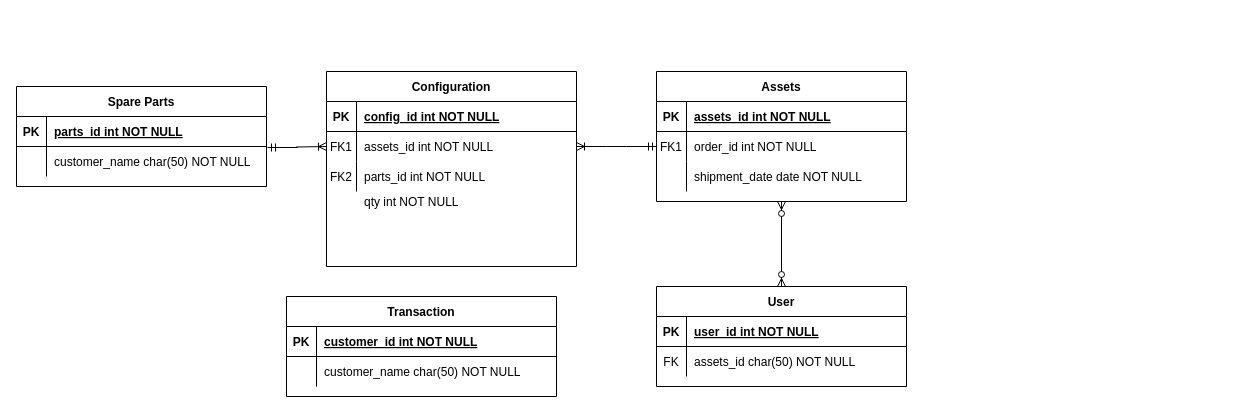
This is Untitled Diagram.drawio from huriyaaah/erdiagram, a draw.io file, before an edit. Source tidied: cells renumbered, new cells numbered last; positions are measured from the earlier drawing's top-left corner, leaving out a move shared by most shapes. Both pictures are drawn from the tidied source at 100%, with x=0, y=0 at pixel (16, 71).
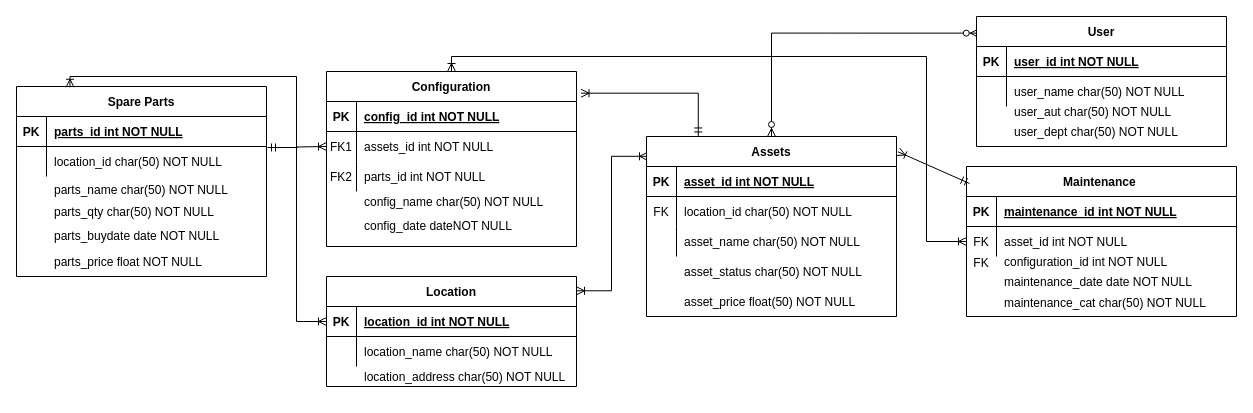
The same diagram, later.

The change refers to these unchanged cells:
```xml
<mxCell id="6" style="shape=partialRectangle;fillColor=none;points=[[0,0.5],[1,0.5]];portConstraint=eastwest;top=0;left=0;right=0;bottom=0;" parent="2" vertex="1">
  <mxGeometry y="60" width="250" height="30" as="geometry" />
</mxCell>
<mxCell id="26" style="shape=partialRectangle;fillColor=none;points=[[0,0.5],[1,0.5]];portConstraint=eastwest;top=0;left=0;right=0;bottom=0;" parent="22" vertex="1">
  <mxGeometry y="60" width="250" height="30" as="geometry" />
</mxCell>
<mxCell id="39" style="shape=partialRectangle;fillColor=none;top=0;left=0;right=0;bottom=1;" parent="38" vertex="1">
  <mxGeometry y="30" width="270" height="30" as="geometry" />
</mxCell>
<mxCell id="42" style="shape=partialRectangle;fillColor=none;top=0;left=0;right=0;bottom=0;" parent="38" vertex="1">
  <mxGeometry y="60" width="270" height="30" as="geometry" />
</mxCell>
```

The edit, as a diff of the source:
```diff
@@
     <mxCell id="2" value="Configuration" style="shape=table;startSize=30;childLayout=tableLayout;rowLines=0;fontStyle=1;align=center;" parent="1" vertex="1">
-      <mxGeometry x="310" width="250" height="195" as="geometry" />
+      <mxGeometry x="310" width="250" height="175" as="geometry" />
     </mxCell>
@@
-    <mxCell id="12" value="Assets" style="shape=table;startSize=30;childLayout=tableLayout;rowLines=0;fontStyle=1;align=center;" parent="1" vertex="1">
-      <mxGeometry x="640" width="250" height="130" as="geometry" />
-    </mxCell>
-    <mxCell id="13" style="shape=partialRectangle;fillColor=none;top=0;left=0;right=0;bottom=1;" parent="12" vertex="1">
-      <mxGeometry y="30" width="250" height="30" as="geometry" />
-    </mxCell>
-    <mxCell id="14" value="PK" style="shape=partialRectangle;overflow=hidden;fillColor=none;top=0;left=0;bottom=0;right=0;fontStyle=1;" parent="13" vertex="1">
-      <mxGeometry width="30" height="30" as="geometry" />
-    </mxCell>
-    <mxCell id="15" value="assets_id int NOT NULL " style="shape=partialRectangle;overflow=hidden;fillColor=none;top=0;left=0;bottom=0;right=0;align=left;spacingLeft=6;fontStyle=5;" parent="13" vertex="1">
-      <mxGeometry x="30" width="220" height="30" as="geometry" />
-    </mxCell>
-    <mxCell id="16" style="shape=partialRectangle;fillColor=none;points=[[0,0.5],[1,0.5]];portConstraint=eastwest;top=0;left=0;right=0;bottom=0;" parent="12" vertex="1">
-      <mxGeometry y="60" width="250" height="30" as="geometry" />
-    </mxCell>
-    <mxCell id="17" value="FK1" style="shape=partialRectangle;overflow=hidden;fillColor=none;top=0;left=0;bottom=0;right=0;" parent="16" vertex="1">
-      <mxGeometry width="30" height="30" as="geometry" />
-    </mxCell>
-    <mxCell id="18" value="order_id int NOT NULL" style="shape=partialRectangle;overflow=hidden;fillColor=none;top=0;left=0;bottom=0;right=0;align=left;spacingLeft=6;" parent="16" vertex="1">
-      <mxGeometry x="30" width="220" height="30" as="geometry" />
-    </mxCell>
-    <mxCell id="19" style="shape=partialRectangle;fillColor=none;top=0;left=0;right=0;bottom=0;" parent="12" vertex="1">
-      <mxGeometry y="90" width="250" height="30" as="geometry" />
-    </mxCell>
-    <mxCell id="20" style="shape=partialRectangle;overflow=hidden;fillColor=none;top=0;left=0;bottom=0;right=0;" parent="19" vertex="1">
-      <mxGeometry width="30" height="30" as="geometry" />
-    </mxCell>
-    <mxCell id="21" value="shipment_date date NOT NULL" style="shape=partialRectangle;overflow=hidden;fillColor=none;top=0;left=0;bottom=0;right=0;align=left;spacingLeft=6;" parent="19" vertex="1">
-      <mxGeometry x="30" width="220" height="30" as="geometry" />
-    </mxCell>
     <mxCell id="22" value="Spare Parts" style="shape=table;startSize=30;childLayout=tableLayout;rowLines=0;fontStyle=1;align=center;" parent="1" vertex="1">
-      <mxGeometry y="15" width="250" height="100" as="geometry" />
+      <mxGeometry y="15" width="250" height="190" as="geometry" />
     </mxCell>
@@
-    <mxCell id="28" value="customer_name char(50) NOT NULL" style="shape=partialRectangle;overflow=hidden;fillColor=none;top=0;left=0;bottom=0;right=0;align=left;spacingLeft=6;" parent="26" vertex="1">
+    <mxCell id="28" value="location_id char(50) NOT NULL" style="shape=partialRectangle;overflow=hidden;fillColor=none;top=0;left=0;bottom=0;right=0;align=left;spacingLeft=6;" parent="26" vertex="1">
       <mxGeometry x="30" width="220" height="30" as="geometry" />
     </mxCell>
-    <mxCell id="29" value="User" style="shape=table;startSize=30;childLayout=tableLayout;rowLines=0;fontStyle=1;align=center;" parent="1" vertex="1">
-      <mxGeometry x="640" y="215" width="250" height="100" as="geometry" />
-    </mxCell>
-    <mxCell id="30" style="shape=partialRectangle;fillColor=none;top=0;left=0;right=0;bottom=1;" parent="29" vertex="1">
-      <mxGeometry y="30" width="250" height="30" as="geometry" />
-    </mxCell>
-    <mxCell id="31" value="PK" style="shape=partialRectangle;overflow=hidden;fillColor=none;top=0;left=0;bottom=0;right=0;fontStyle=1;" parent="30" vertex="1">
-      <mxGeometry width="30" height="30" as="geometry" />
-    </mxCell>
-    <mxCell id="32" value="user_id int NOT NULL " style="shape=partialRectangle;overflow=hidden;fillColor=none;top=0;left=0;bottom=0;right=0;align=left;spacingLeft=6;fontStyle=5;" parent="30" vertex="1">
-      <mxGeometry x="30" width="220" height="30" as="geometry" />
-    </mxCell>
-    <mxCell id="33" style="shape=partialRectangle;fillColor=none;top=0;left=0;right=0;bottom=0;" parent="29" vertex="1">
-      <mxGeometry y="60" width="250" height="30" as="geometry" />
-    </mxCell>
-    <mxCell id="34" value="FK" style="shape=partialRectangle;overflow=hidden;fillColor=none;top=0;left=0;bottom=0;right=0;" parent="33" vertex="1">
-      <mxGeometry width="30" height="30" as="geometry" />
-    </mxCell>
-    <mxCell id="35" value="assets_id char(50) NOT NULL" style="shape=partialRectangle;overflow=hidden;fillColor=none;top=0;left=0;bottom=0;right=0;align=left;spacingLeft=6;" parent="33" vertex="1">
-      <mxGeometry x="30" width="220" height="30" as="geometry" />
-    </mxCell>
@@
-    <mxCell id="37" style="edgeStyle=entityRelationEdgeStyle;fontSize=12;html=1;endArrow=ERoneToMany;startArrow=ERmandOne;rounded=0;exitX=0;exitY=0.5;exitDx=0;exitDy=0;entryX=1;entryY=0.5;entryDx=0;entryDy=0;" parent="1" edge="1" source="16" target="6">
-      <mxGeometry relative="1" as="geometry">
-        <Array as="points">
-          <mxPoint x="580" y="55" />
-          <mxPoint x="570" y="75" />
-          <mxPoint x="560" y="65" />
-        </Array>
-      </mxGeometry>
+    <mxCell id="37" style="edgeStyle=orthogonalEdgeStyle;fontSize=12;html=1;endArrow=ERoneToMany;startArrow=ERmandOne;rounded=0;entryX=1.018;entryY=0.124;entryDx=0;entryDy=0;entryPerimeter=0;exitX=0.207;exitY=-0.003;exitDx=0;exitDy=0;exitPerimeter=0;" parent="1" edge="1" source="12" target="2">
+      <mxGeometry relative="1" as="geometry" />
     </mxCell>
-    <mxCell id="38" value="Transaction" style="shape=table;startSize=30;childLayout=tableLayout;rowLines=0;fontStyle=1;align=center;" parent="1" vertex="1">
-      <mxGeometry x="270" y="225" width="270" height="100" as="geometry" />
+    <mxCell id="38" value="Maintenance " style="shape=table;startSize=30;childLayout=tableLayout;rowLines=0;fontStyle=1;align=center;" parent="1" vertex="1">
+      <mxGeometry x="950" y="95" width="270" height="150" as="geometry" />
     </mxCell>
@@
-    <mxCell id="41" value="customer_id int NOT NULL " style="shape=partialRectangle;overflow=hidden;fillColor=none;top=0;left=0;bottom=0;right=0;align=left;spacingLeft=6;fontStyle=5;" parent="39" vertex="1">
+    <mxCell id="41" value="maintenance_id int NOT NULL " style="shape=partialRectangle;overflow=hidden;fillColor=none;top=0;left=0;bottom=0;right=0;align=left;spacingLeft=6;fontStyle=5;" parent="39" vertex="1">
       <mxGeometry x="30" width="240" height="30" as="geometry" />
     </mxCell>
@@
-    <mxCell id="43" style="shape=partialRectangle;overflow=hidden;fillColor=none;top=0;left=0;bottom=0;right=0;" parent="42" vertex="1">
+    <mxCell id="43" value="FK" style="shape=partialRectangle;overflow=hidden;fillColor=none;top=0;left=0;bottom=0;right=0;" parent="42" vertex="1">
       <mxGeometry width="30" height="30" as="geometry" />
     </mxCell>
-    <mxCell id="44" value="customer_name char(50) NOT NULL" style="shape=partialRectangle;overflow=hidden;fillColor=none;top=0;left=0;bottom=0;right=0;align=left;spacingLeft=6;" parent="42" vertex="1">
+    <mxCell id="44" value="asset_id int NOT NULL" style="shape=partialRectangle;overflow=hidden;fillColor=none;top=0;left=0;bottom=0;right=0;align=left;spacingLeft=6;" parent="42" vertex="1">
       <mxGeometry x="30" width="240" height="30" as="geometry" />
     </mxCell>
-    <mxCell id="45" style="fontSize=12;html=1;endArrow=ERzeroToMany;endFill=1;startArrow=ERzeroToMany;rounded=0;entryX=0.5;entryY=1;entryDx=0;entryDy=0;exitX=0.5;exitY=0;exitDx=0;exitDy=0;" parent="1" edge="1" source="29" target="12">
+    <mxCell id="45" style="fontSize=12;html=1;endArrow=ERzeroToMany;endFill=1;startArrow=ERzeroToMany;rounded=0;entryX=0.5;entryY=0;entryDx=0;entryDy=0;exitX=0.007;exitY=0.128;exitDx=0;exitDy=0;exitPerimeter=0;edgeStyle=orthogonalEdgeStyle;" parent="1" edge="1" source="29" target="12">
       <mxGeometry relative="1" as="geometry" />
     </mxCell>
-    <mxCell id="46" value="qty int NOT NULL" style="shape=partialRectangle;overflow=hidden;fillColor=none;top=0;left=0;bottom=0;right=0;align=left;spacingLeft=6;" parent="1" vertex="1">
+    <mxCell id="46" value="config_name char(50) NOT NULL" style="shape=partialRectangle;overflow=hidden;fillColor=none;top=0;left=0;bottom=0;right=0;align=left;spacingLeft=6;" parent="1" vertex="1">
       <mxGeometry x="340" y="115" width="220" height="30" as="geometry" />
     </mxCell>
+    <mxCell id="47" value="maintenance_date date NOT NULL" style="shape=partialRectangle;overflow=hidden;fillColor=none;top=0;left=0;bottom=0;right=0;align=left;spacingLeft=6;" parent="1" vertex="1">
+      <mxGeometry x="980" y="195" width="240" height="30" as="geometry" />
+    </mxCell>
+    <mxCell id="48" value="maintenance_cat char(50) NOT NULL" style="shape=partialRectangle;overflow=hidden;fillColor=none;top=0;left=0;bottom=0;right=0;align=left;spacingLeft=6;" parent="1" vertex="1">
+      <mxGeometry x="980" y="216" width="240" height="30" as="geometry" />
+    </mxCell>
+    <mxCell id="49" style="fontSize=12;html=1;endArrow=ERoneToMany;startArrow=ERmandOne;rounded=0;exitX=0.011;exitY=0.113;exitDx=0;exitDy=0;exitPerimeter=0;entryX=1.006;entryY=0.085;entryDx=0;entryDy=0;entryPerimeter=0;" parent="1" edge="1" source="38" target="12">
+      <mxGeometry relative="1" as="geometry" />
+    </mxCell>
+    <mxCell id="50" value="parts_qty char(50) NOT NULL" style="shape=partialRectangle;overflow=hidden;fillColor=none;top=0;left=0;bottom=0;right=0;align=left;spacingLeft=6;" parent="1" vertex="1">
+      <mxGeometry x="30" y="125" width="220" height="30" as="geometry" />
+    </mxCell>
+    <mxCell id="51" value="parts_buydate date NOT NULL" style="shape=partialRectangle;overflow=hidden;fillColor=none;top=0;left=0;bottom=0;right=0;align=left;spacingLeft=6;" parent="1" vertex="1">
+      <mxGeometry x="30" y="149" width="220" height="30" as="geometry" />
+    </mxCell>
+    <mxCell id="52" value="parts_price float NOT NULL" style="shape=partialRectangle;overflow=hidden;fillColor=none;top=0;left=0;bottom=0;right=0;align=left;spacingLeft=6;" parent="1" vertex="1">
+      <mxGeometry x="30" y="175" width="220" height="30" as="geometry" />
+    </mxCell>
+    <mxCell id="53" value="config_date dateNOT NULL" style="shape=partialRectangle;overflow=hidden;fillColor=none;top=0;left=0;bottom=0;right=0;align=left;spacingLeft=6;" parent="1" vertex="1">
+      <mxGeometry x="340" y="139" width="220" height="30" as="geometry" />
+    </mxCell>
+    <mxCell id="54" style="group;" parent="1" vertex="1">
+      <mxGeometry x="310" y="205" width="250" height="115" as="geometry" />
+    </mxCell>
+    <mxCell id="55" value="Location" style="shape=table;startSize=30;childLayout=tableLayout;rowLines=0;fontStyle=1;align=center;" parent="54" vertex="1">
+      <mxGeometry width="250" height="110" as="geometry" />
+    </mxCell>
+    <mxCell id="56" style="shape=partialRectangle;fillColor=none;points=[[0,0.5],[1,0.5]];portConstraint=eastwest;top=0;left=0;right=0;bottom=1;" parent="55" vertex="1">
+      <mxGeometry y="30" width="250" height="30" as="geometry" />
+    </mxCell>
+    <mxCell id="57" value="PK" style="shape=partialRectangle;overflow=hidden;fillColor=none;top=0;left=0;bottom=0;right=0;fontStyle=1;" parent="56" vertex="1">
+      <mxGeometry width="30" height="30" as="geometry" />
+    </mxCell>
+    <mxCell id="58" value="location_id int NOT NULL " style="shape=partialRectangle;overflow=hidden;fillColor=none;top=0;left=0;bottom=0;right=0;align=left;spacingLeft=6;fontStyle=5;perimeterSpacing=3;" parent="56" vertex="1">
+      <mxGeometry x="30" width="220" height="30" as="geometry" />
+    </mxCell>
+    <mxCell id="59" style="shape=partialRectangle;fillColor=none;top=0;left=0;right=0;bottom=0;" parent="55" vertex="1">
+      <mxGeometry y="60" width="250" height="30" as="geometry" />
+    </mxCell>
+    <mxCell id="60" style="shape=partialRectangle;overflow=hidden;fillColor=none;top=0;left=0;bottom=0;right=0;" parent="59" vertex="1">
+      <mxGeometry width="30" height="30" as="geometry" />
+    </mxCell>
+    <mxCell id="61" value="location_name char(50) NOT NULL" style="shape=partialRectangle;overflow=hidden;fillColor=none;top=0;left=0;bottom=0;right=0;align=left;spacingLeft=6;" parent="59" vertex="1">
+      <mxGeometry x="30" width="220" height="30" as="geometry" />
+    </mxCell>
+    <mxCell id="62" value="location_address char(50) NOT NULL" style="shape=partialRectangle;overflow=hidden;fillColor=none;top=0;left=0;bottom=0;right=0;align=left;spacingLeft=6;" parent="54" vertex="1">
+      <mxGeometry x="30" y="85" width="220" height="30" as="geometry" />
+    </mxCell>
+    <mxCell id="63" style="edgeStyle=orthogonalEdgeStyle;fontSize=12;html=1;endArrow=ERoneToMany;startArrow=ERoneToMany;rounded=0;exitX=0;exitY=0.5;exitDx=0;exitDy=0;entryX=0.214;entryY=0.004;entryDx=0;entryDy=0;entryPerimeter=0;" parent="1" edge="1" source="56" target="22">
+      <mxGeometry relative="1" as="geometry" />
+    </mxCell>
+    <mxCell id="64" style="edgeStyle=orthogonalEdgeStyle;fontSize=12;html=1;endArrow=ERoneToMany;startArrow=ERoneToMany;rounded=0;exitX=1;exitY=0.13;exitDx=0;exitDy=0;exitPerimeter=0;entryX=0.004;entryY=0.11;entryDx=0;entryDy=0;entryPerimeter=0;" parent="1" edge="1" source="55" target="12">
+      <mxGeometry relative="1" as="geometry" />
+    </mxCell>
+    <mxCell id="29" value="User" style="shape=table;startSize=30;childLayout=tableLayout;rowLines=0;fontStyle=1;align=center;" parent="1" vertex="1">
+      <mxGeometry x="960" y="-55" width="250" height="130" as="geometry" />
+    </mxCell>
+    <mxCell id="30" style="shape=partialRectangle;fillColor=none;top=0;left=0;right=0;bottom=1;" parent="29" vertex="1">
+      <mxGeometry y="30" width="250" height="30" as="geometry" />
+    </mxCell>
+    <mxCell id="31" value="PK" style="shape=partialRectangle;overflow=hidden;fillColor=none;top=0;left=0;bottom=0;right=0;fontStyle=1;" parent="30" vertex="1">
+      <mxGeometry width="30" height="30" as="geometry" />
+    </mxCell>
+    <mxCell id="32" value="user_id int NOT NULL " style="shape=partialRectangle;overflow=hidden;fillColor=none;top=0;left=0;bottom=0;right=0;align=left;spacingLeft=6;fontStyle=5;perimeterSpacing=3;" parent="30" vertex="1">
+      <mxGeometry x="30" width="220" height="30" as="geometry" />
+    </mxCell>
+    <mxCell id="33" style="shape=partialRectangle;fillColor=none;top=0;left=0;right=0;bottom=0;" parent="29" vertex="1">
+      <mxGeometry y="60" width="250" height="30" as="geometry" />
+    </mxCell>
+    <mxCell id="34" style="shape=partialRectangle;overflow=hidden;fillColor=none;top=0;left=0;bottom=0;right=0;" parent="33" vertex="1">
+      <mxGeometry width="30" height="30" as="geometry" />
+    </mxCell>
+    <mxCell id="35" value="user_name char(50) NOT NULL" style="shape=partialRectangle;overflow=hidden;fillColor=none;top=0;left=0;bottom=0;right=0;align=left;spacingLeft=6;" parent="33" vertex="1">
+      <mxGeometry x="30" width="220" height="30" as="geometry" />
+    </mxCell>
+    <mxCell id="65" value="user_aut char(50) NOT NULL" style="shape=partialRectangle;overflow=hidden;fillColor=none;top=0;left=0;bottom=0;right=0;align=left;spacingLeft=6;" parent="1" vertex="1">
+      <mxGeometry x="990" y="25" width="220" height="30" as="geometry" />
+    </mxCell>
+    <mxCell id="66" value="user_dept char(50) NOT NULL" style="shape=partialRectangle;overflow=hidden;fillColor=none;top=0;left=0;bottom=0;right=0;align=left;spacingLeft=6;" parent="1" vertex="1">
+      <mxGeometry x="990" y="45" width="220" height="30" as="geometry" />
+    </mxCell>
+    <mxCell id="12" value="Assets" style="shape=table;startSize=30;childLayout=tableLayout;rowLines=0;fontStyle=1;align=center;" parent="1" vertex="1">
+      <mxGeometry x="630" y="65" width="250" height="180" as="geometry" />
+    </mxCell>
+    <mxCell id="13" style="shape=partialRectangle;fillColor=none;top=0;left=0;right=0;bottom=1;" parent="12" vertex="1">
+      <mxGeometry y="30" width="250" height="30" as="geometry" />
+    </mxCell>
+    <mxCell id="14" value="PK" style="shape=partialRectangle;overflow=hidden;fillColor=none;top=0;left=0;bottom=0;right=0;fontStyle=1;" parent="13" vertex="1">
+      <mxGeometry width="30" height="30" as="geometry" />
+    </mxCell>
+    <mxCell id="15" value="asset_id int NOT NULL " style="shape=partialRectangle;overflow=hidden;fillColor=none;top=0;left=0;bottom=0;right=0;align=left;spacingLeft=6;fontStyle=5;" parent="13" vertex="1">
+      <mxGeometry x="30" width="220" height="30" as="geometry" />
+    </mxCell>
+    <mxCell id="16" style="shape=partialRectangle;fillColor=none;points=[[0,0.5],[1,0.5]];portConstraint=eastwest;top=0;left=0;right=0;bottom=0;" parent="12" vertex="1">
+      <mxGeometry y="60" width="250" height="30" as="geometry" />
+    </mxCell>
+    <mxCell id="17" value="FK" style="shape=partialRectangle;overflow=hidden;fillColor=none;top=0;left=0;bottom=0;right=0;" parent="16" vertex="1">
+      <mxGeometry width="30" height="30" as="geometry" />
+    </mxCell>
+    <mxCell id="18" value="location_id char(50) NOT NULL" style="shape=partialRectangle;overflow=hidden;fillColor=none;top=0;left=0;bottom=0;right=0;align=left;spacingLeft=6;" parent="16" vertex="1">
+      <mxGeometry x="30" width="220" height="30" as="geometry" />
+    </mxCell>
+    <mxCell id="19" style="shape=partialRectangle;fillColor=none;top=0;left=0;right=0;bottom=0;" parent="12" vertex="1">
+      <mxGeometry y="90" width="250" height="30" as="geometry" />
+    </mxCell>
+    <mxCell id="20" style="shape=partialRectangle;overflow=hidden;fillColor=none;top=0;left=0;bottom=0;right=0;" parent="19" vertex="1">
+      <mxGeometry width="30" height="30" as="geometry" />
+    </mxCell>
+    <mxCell id="21" value="asset_name char(50) NOT NULL" style="shape=partialRectangle;overflow=hidden;fillColor=none;top=0;left=0;bottom=0;right=0;align=left;spacingLeft=6;" parent="19" vertex="1">
+      <mxGeometry x="30" width="220" height="30" as="geometry" />
+    </mxCell>
+    <mxCell id="67" style="shape=partialRectangle;fillColor=none;top=0;left=0;right=0;bottom=0;" parent="1" vertex="1">
+      <mxGeometry x="630" y="185" width="250" height="30" as="geometry" />
+    </mxCell>
+    <mxCell id="68" style="shape=partialRectangle;overflow=hidden;fillColor=none;top=0;left=0;bottom=0;right=0;" parent="67" vertex="1">
+      <mxGeometry width="30" height="30" as="geometry" />
+    </mxCell>
+    <mxCell id="69" value="asset_status char(50) NOT NULL" style="shape=partialRectangle;overflow=hidden;fillColor=none;top=0;left=0;bottom=0;right=0;align=left;spacingLeft=6;" parent="67" vertex="1">
+      <mxGeometry x="30" width="220" height="30" as="geometry" />
+    </mxCell>
+    <mxCell id="70" style="shape=partialRectangle;fillColor=none;top=0;left=0;right=0;bottom=0;" parent="1" vertex="1">
+      <mxGeometry x="630" y="215" width="250" height="30" as="geometry" />
+    </mxCell>
+    <mxCell id="71" style="shape=partialRectangle;overflow=hidden;fillColor=none;top=0;left=0;bottom=0;right=0;" parent="70" vertex="1">
+      <mxGeometry width="30" height="30" as="geometry" />
+    </mxCell>
+    <mxCell id="72" value="asset_price float(50) NOT NULL" style="shape=partialRectangle;overflow=hidden;fillColor=none;top=0;left=0;bottom=0;right=0;align=left;spacingLeft=6;" parent="70" vertex="1">
+      <mxGeometry x="30" width="220" height="30" as="geometry" />
+    </mxCell>
+    <mxCell id="73" value="parts_name char(50) NOT NULL" style="shape=partialRectangle;overflow=hidden;fillColor=none;top=0;left=0;bottom=0;right=0;align=left;spacingLeft=6;" parent="1" vertex="1">
+      <mxGeometry x="30" y="103" width="220" height="30" as="geometry" />
+    </mxCell>
+    <mxCell id="74" value="configuration_id int NOT NULL" style="shape=partialRectangle;overflow=hidden;fillColor=none;top=0;left=0;bottom=0;right=0;align=left;spacingLeft=6;" parent="1" vertex="1">
+      <mxGeometry x="980" y="175" width="240" height="30" as="geometry" />
+    </mxCell>
+    <mxCell id="75" value="FK" style="shape=partialRectangle;overflow=hidden;fillColor=none;top=0;left=0;bottom=0;right=0;" parent="1" vertex="1">
+      <mxGeometry x="950" y="176" width="30" height="30" as="geometry" />
+    </mxCell>
+    <mxCell id="76" style="edgeStyle=orthogonalEdgeStyle;fontSize=12;html=1;endArrow=ERoneToMany;startArrow=ERoneToMany;rounded=0;" parent="1" edge="1" source="2" target="38">
+      <mxGeometry relative="1" as="geometry">
+        <Array as="points">
+          <mxPoint x="435" y="-15" />
+          <mxPoint x="910" y="-15" />
+          <mxPoint x="910" y="170" />
+        </Array>
+      </mxGeometry>
+    </mxCell>
```
